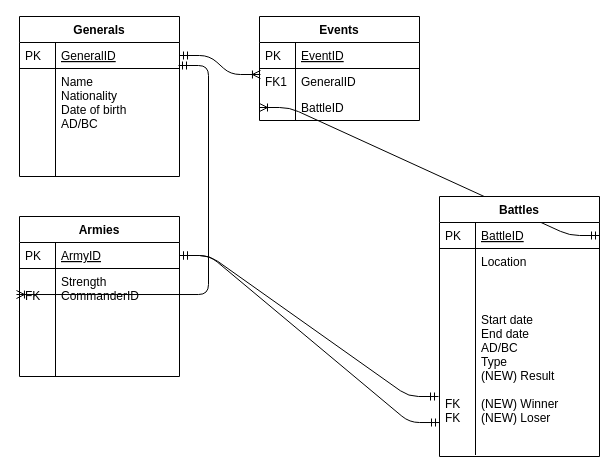
Finn969/Project-SFIA-1 keeps this draw.io diagram as ERDV2.drawio. Above is the earlier version. Source tidied: cells renumbered, new cells numbered last; positions are measured from the earlier drawing's top-left corner, leaving out a move shared by most shapes. Both pictures are drawn from the tidied source at 100%, with x=0, y=0 at pixel (19, 16).
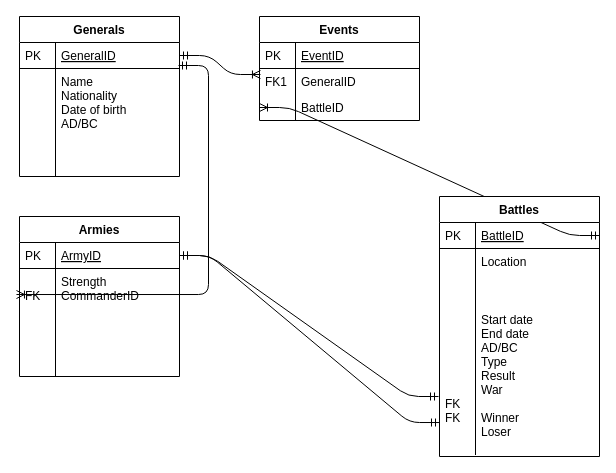
The same page after the edit.

The change refers to these unchanged cells:
```xml
<mxCell id="23" value="Battles" style="swimlane;fontStyle=1;horizontal=1;startSize=26;rounded=0;shadow=0;strokeWidth=1;" parent="1" vertex="1">
  <mxGeometry x="420" y="180" width="160" height="260" as="geometry" />
</mxCell>
```

What changed in the source:
```diff
@@
-    <mxCell id="28" value="Start date&#10;End date&#10;AD/BC&#10;Type&#10;(NEW) Result&#10;&#10;(NEW) Winner&#10;(NEW) Loser" style="shape=partialRectangle;top=0;left=0;right=0;bottom=0;align=left;verticalAlign=top;fillColor=none;spacingLeft=40;spacingRight=4;overflow=hidden;points=[[0,0.5],[1,0.5]];portConstraint=eastwest;rounded=0;shadow=0;strokeWidth=1;" parent="23" vertex="1">
+    <mxCell id="28" value="Start date&#10;End date&#10;AD/BC&#10;Type&#10;Result&#10;War&#10;&#10;Winner&#10;Loser" style="shape=partialRectangle;top=0;left=0;right=0;bottom=0;align=left;verticalAlign=top;fillColor=none;spacingLeft=40;spacingRight=4;overflow=hidden;points=[[0,0.5],[1,0.5]];portConstraint=eastwest;rounded=0;shadow=0;strokeWidth=1;" parent="23" vertex="1">
       <mxGeometry y="110" width="160" height="148" as="geometry" />
     </mxCell>
```
